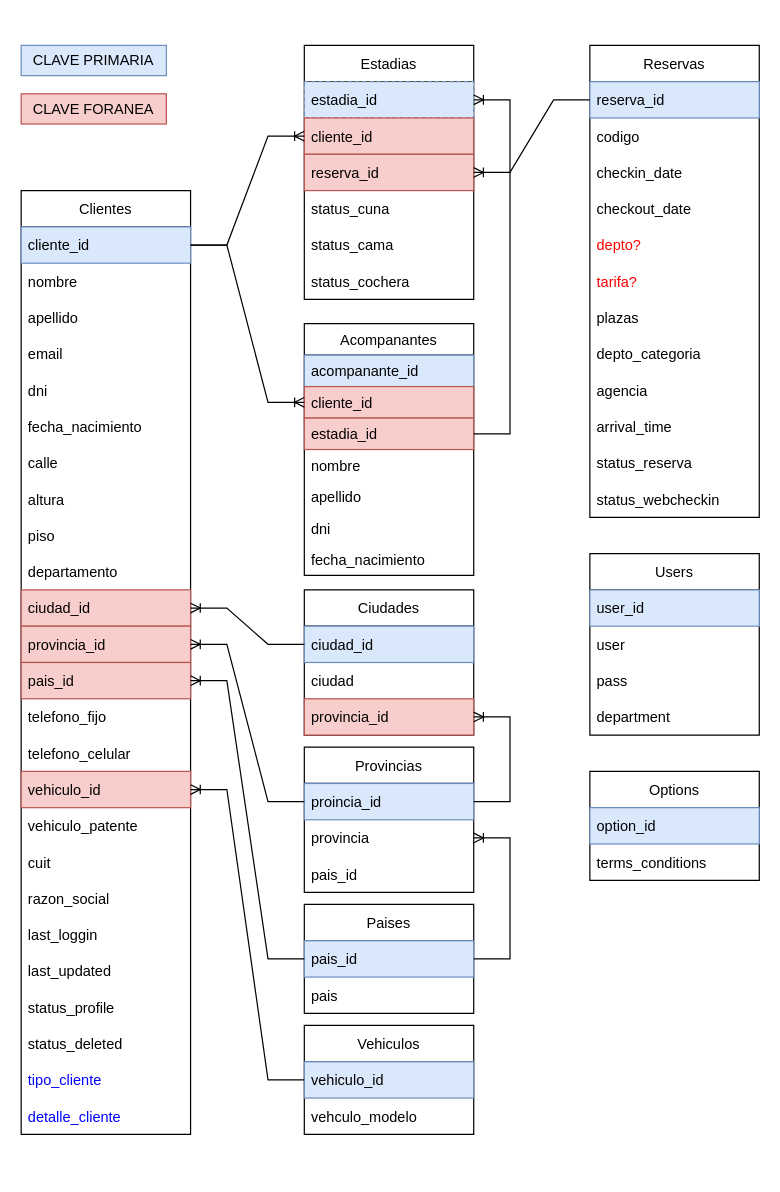
danielo101/db-diagrams keeps this draw.io diagram as page "DB" (1 of 5) of web-checkin/hotel-web-checkin.drawio. Above is the earlier version. Source tidied: cells renumbered, new cells numbered last; positions are measured from the earlier drawing's top-left corner, leaving out a move shared by most shapes. Both pictures are drawn from the tidied source at 121%, with x=0, y=0 at pixel (21, 45).
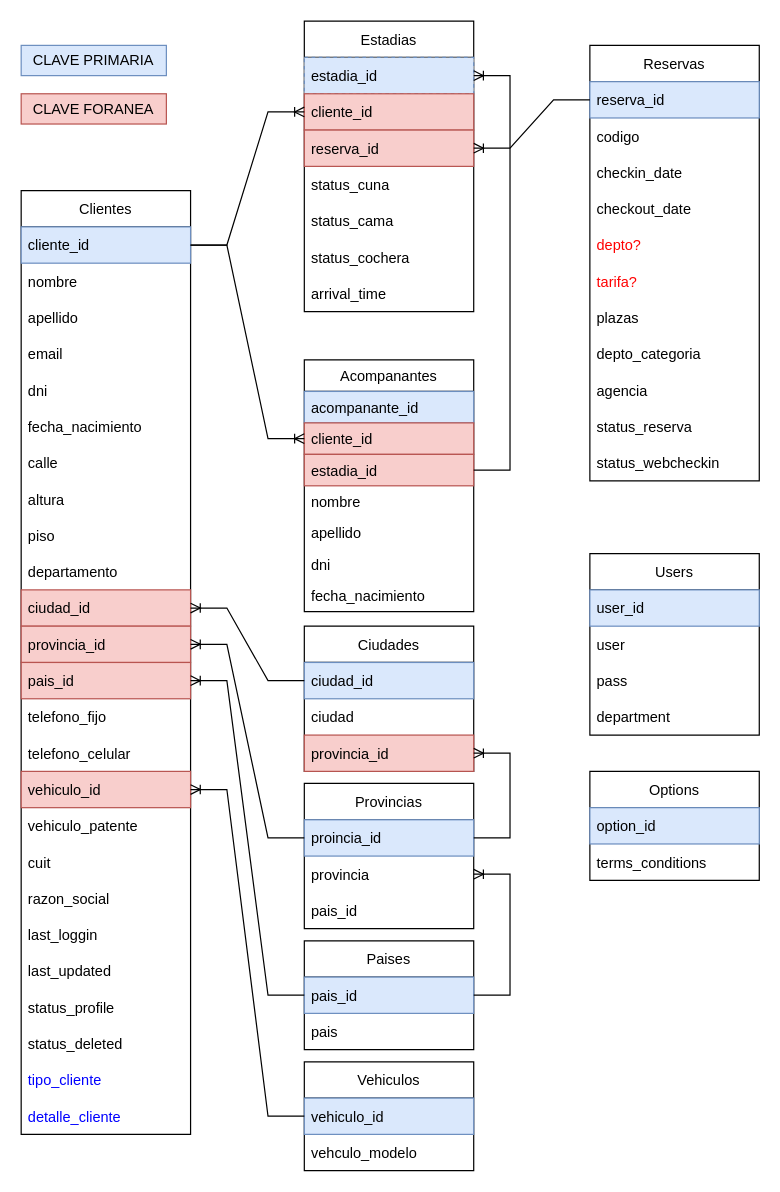
The same diagram, later.

Change to the diagram source:
```diff
@@
     <mxCell id="7" value="Reservas" style="swimlane;fontStyle=0;horizontal=1;startSize=30;" parent="1" vertex="1">
-      <mxGeometry x="470" width="140" height="390" as="geometry" />
+      <mxGeometry x="470" width="140" height="360" as="geometry" />
     </mxCell>
@@
-    <mxCell id="17" value="arrival_time" style="text;strokeColor=none;fillColor=none;align=left;verticalAlign=middle;spacingLeft=4;spacingRight=4;overflow=hidden;dashed=1;labelBorderColor=none;" parent="7" vertex="1">
-      <mxGeometry y="300" width="140" height="30" as="geometry" />
-    </mxCell>
     <mxCell id="18" value="status_reserva" style="text;strokeColor=none;fillColor=none;align=left;verticalAlign=middle;spacingLeft=4;spacingRight=4;overflow=hidden;" parent="7" vertex="1">
-      <mxGeometry y="330" width="140" height="30" as="geometry" />
+      <mxGeometry y="300" width="140" height="30" as="geometry" />
     </mxCell>
     <mxCell id="19" value="status_webcheckin" style="text;strokeColor=none;fillColor=none;align=left;verticalAlign=middle;spacingLeft=4;spacingRight=4;overflow=hidden;dashed=1;labelBorderColor=none;" parent="7" vertex="1">
-      <mxGeometry y="360" width="140" height="30" as="geometry" />
+      <mxGeometry y="330" width="140" height="30" as="geometry" />
     </mxCell>
@@
     <mxCell id="46" value="Estadias" style="swimlane;fontStyle=0;horizontal=1;startSize=30;" parent="1" vertex="1">
-      <mxGeometry x="234" width="140" height="210" as="geometry" />
+      <mxGeometry x="234" y="-20" width="140" height="240" as="geometry" />
     </mxCell>
@@
+    <mxCell id="17" value="arrival_time" style="text;strokeColor=none;fillColor=none;align=left;verticalAlign=middle;spacingLeft=4;spacingRight=4;overflow=hidden;dashed=1;labelBorderColor=none;" parent="46" vertex="1">
+      <mxGeometry y="210" width="140" height="30" as="geometry" />
+    </mxCell>
@@
     <mxCell id="55" value="Vehiculos" style="swimlane;fontStyle=0;horizontal=1;startSize=30;labelBorderColor=none;fontColor=#000000;strokeColor=default;fillColor=none;" parent="1" vertex="1">
-      <mxGeometry x="234" y="810" width="140" height="90" as="geometry" />
+      <mxGeometry x="234" y="840" width="140" height="90" as="geometry" />
     </mxCell>
@@
     <mxCell id="58" value="Paises" style="swimlane;fontStyle=0;horizontal=1;startSize=30;labelBorderColor=none;fontColor=#000000;strokeColor=default;fillColor=none;" parent="1" vertex="1">
-      <mxGeometry x="234" y="710" width="140" height="90" as="geometry" />
+      <mxGeometry x="234" y="740" width="140" height="90" as="geometry" />
     </mxCell>
@@
     <mxCell id="61" value="Provincias" style="swimlane;fontStyle=0;horizontal=1;startSize=30;labelBorderColor=none;fontColor=#000000;strokeColor=default;fillColor=none;" parent="1" vertex="1">
-      <mxGeometry x="234" y="580" width="140" height="120" as="geometry" />
+      <mxGeometry x="234" y="610" width="140" height="120" as="geometry" />
     </mxCell>
@@
     <mxCell id="65" value="Ciudades" style="swimlane;fontStyle=0;horizontal=1;startSize=30;labelBorderColor=none;fontColor=#000000;strokeColor=default;fillColor=none;" parent="1" vertex="1">
-      <mxGeometry x="234" y="450" width="140" height="120" as="geometry" />
+      <mxGeometry x="234" y="480" width="140" height="120" as="geometry" />
     </mxCell>
@@
     <mxCell id="79" value="Acompanantes" style="swimlane;fontStyle=0;horizontal=1;startSize=26;fillColor=none;" parent="1" vertex="1">
-      <mxGeometry x="234" y="230" width="140" height="208" as="geometry" />
+      <mxGeometry x="234" y="260" width="140" height="208" as="geometry" />
     </mxCell>
```
